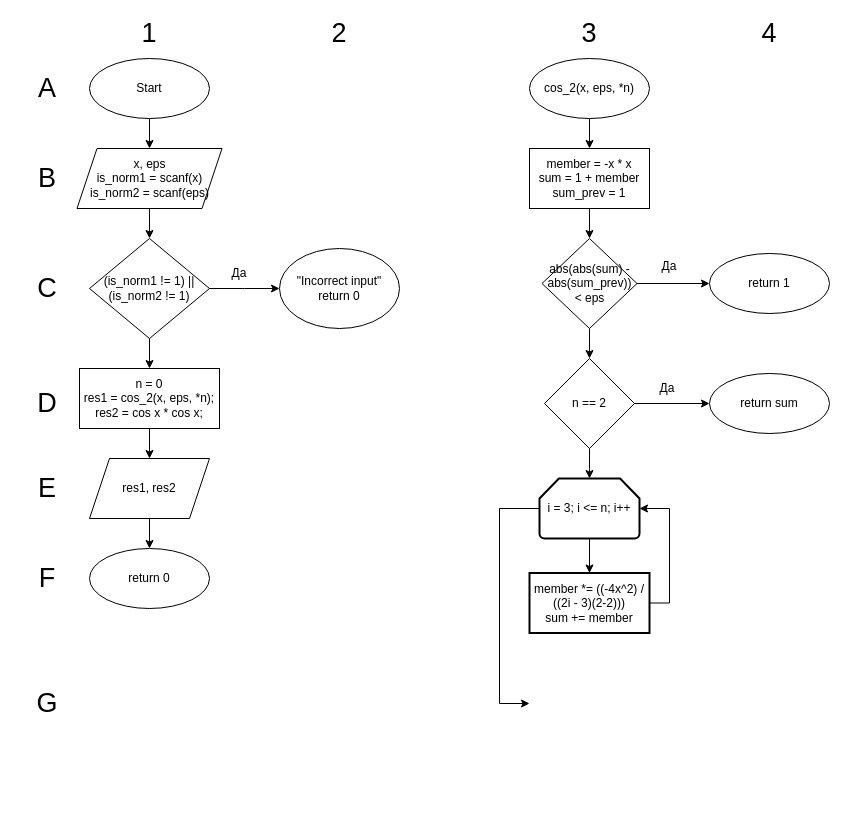
This is labs/lab2/lab2_1.drawio from Glebins/mephi_labs, a draw.io file, before an edit. Source tidied: cells renumbered, new cells numbered last; positions are measured from the earlier drawing's top-left corner, leaving out a move shared by most shapes. Both pictures are drawn from the tidied source at 100%, with x=0, y=0 at pixel (17, 18).
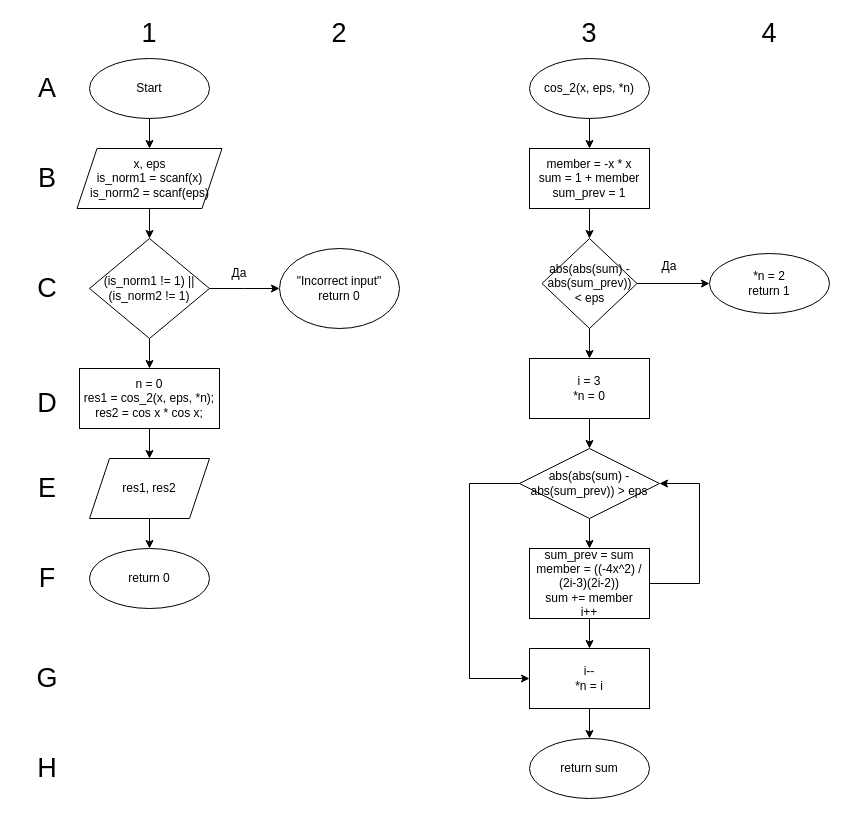
The same page after the edit.

Unchanged cells that the change refers to:
```xml
<mxCell id="21" value="abs(abs(sum) - abs(sum_prev)) &amp;lt; eps" style="rhombus;whiteSpace=wrap;html=1;" parent="1" vertex="1">
  <mxGeometry x="524.5" y="220" width="95" height="90" as="geometry" />
</mxCell>
```

The edit, as a diff of the source:
```diff
@@
-    <mxCell id="20" style="edgeStyle=orthogonalEdgeStyle;rounded=0;jettySize=auto;html=1;" parent="1" edge="1" source="21" target="25">
-      <mxGeometry relative="1" as="geometry" />
+    <mxCell id="20" style="edgeStyle=orthogonalEdgeStyle;rounded=0;jettySize=auto;html=1;" parent="1" edge="1" source="21">
+      <mxGeometry relative="1" as="geometry">
+        <mxPoint x="572" y="340" as="targetPoint" />
+      </mxGeometry>
     </mxCell>
@@
-    <mxCell id="22" value="return 1" style="ellipse;whiteSpace=wrap;html=1;" parent="1" vertex="1">
+    <mxCell id="22" value="*n = 2&lt;br&gt;return 1" style="ellipse;whiteSpace=wrap;html=1;" parent="1" vertex="1">
       <mxGeometry x="692" y="235" width="120" height="60" as="geometry" />
     </mxCell>
-    <mxCell id="23" style="edgeStyle=orthogonalEdgeStyle;rounded=0;jettySize=auto;html=1;" parent="1" edge="1" source="25" target="26">
-      <mxGeometry relative="1" as="geometry" />
-    </mxCell>
-    <mxCell id="24" style="edgeStyle=orthogonalEdgeStyle;rounded=0;jettySize=auto;html=1;" parent="1" edge="1" source="25">
-      <mxGeometry relative="1" as="geometry">
-        <mxPoint x="572" y="460" as="targetPoint" />
-      </mxGeometry>
-    </mxCell>
-    <mxCell id="25" value="n == 2" style="rhombus;whiteSpace=wrap;html=1;" parent="1" vertex="1">
-      <mxGeometry x="527" y="340" width="90" height="90" as="geometry" />
-    </mxCell>
-    <mxCell id="26" value="return sum" style="ellipse;whiteSpace=wrap;html=1;" parent="1" vertex="1">
-      <mxGeometry x="692" y="355" width="120" height="60" as="geometry" />
-    </mxCell>
-    <mxCell id="27" style="edgeStyle=orthogonalEdgeStyle;rounded=0;jettySize=auto;html=1;" parent="1" edge="1" source="29" target="31">
-      <mxGeometry relative="1" as="geometry" />
-    </mxCell>
-    <mxCell id="28" style="edgeStyle=orthogonalEdgeStyle;rounded=0;jettySize=auto;html=1;exitX=0;exitY=0.5;exitDx=0;exitDy=0;exitPerimeter=0;entryX=0;entryY=0.5;entryDx=0;entryDy=0;" parent="1" edge="1" source="29">
-      <mxGeometry relative="1" as="geometry">
-        <mxPoint x="512" y="685" as="targetPoint" />
-        <Array as="points">
-          <mxPoint x="482" y="490" />
-          <mxPoint x="482" y="685" />
-        </Array>
-      </mxGeometry>
-    </mxCell>
-    <mxCell id="29" value="i = 3; i &amp;lt;= n; i++" style="strokeWidth=2;html=1;shape=mxgraph.flowchart.loop_limit;whiteSpace=wrap;" parent="1" vertex="1">
-      <mxGeometry x="522" y="460" width="100" height="60" as="geometry" />
-    </mxCell>
-    <mxCell id="30" style="edgeStyle=orthogonalEdgeStyle;rounded=0;jettySize=auto;html=1;exitX=1;exitY=0.5;exitDx=0;exitDy=0;entryX=1;entryY=0.5;entryDx=0;entryDy=0;entryPerimeter=0;" parent="1" edge="1" source="31" target="29">
-      <mxGeometry relative="1" as="geometry" />
-    </mxCell>
-    <mxCell id="31" value="member *= ((-4x^2) / ((2i - 3)(2-2)))&lt;br&gt;sum += member" style="whiteSpace=wrap;html=1;strokeWidth=2;" parent="1" vertex="1">
-      <mxGeometry x="512" y="554.5" width="120" height="60" as="geometry" />
-    </mxCell>
@@
-    <mxCell id="34" value="Да" style="text;html=1;strokeColor=none;fillColor=none;align=center;verticalAlign=middle;whiteSpace=wrap;rounded=0;" parent="1" vertex="1">
-      <mxGeometry x="619.5" y="355" width="60" height="30" as="geometry" />
-    </mxCell>
@@
     <mxCell id="41" value="&lt;font style=&quot;font-size: 27px;&quot;&gt;G&lt;/font&gt;" style="text;html=1;strokeColor=none;fillColor=none;align=center;verticalAlign=middle;whiteSpace=wrap;rounded=0;strokeWidth=10;" parent="1" vertex="1">
-      <mxGeometry x="-0.5" y="670" width="60" height="30" as="geometry" />
+      <mxGeometry x="-0.5" y="645" width="60" height="30" as="geometry" />
     </mxCell>
@@
+    <mxCell id="46" style="edgeStyle=orthogonalEdgeStyle;rounded=0;jettySize=auto;html=1;" parent="1" edge="1" source="47" target="50">
+      <mxGeometry relative="1" as="geometry" />
+    </mxCell>
+    <mxCell id="47" value="i = 3&lt;br&gt;*n = 0" style="rounded=0;whiteSpace=wrap;html=1;" parent="1" vertex="1">
+      <mxGeometry x="512" y="340" width="120" height="60" as="geometry" />
+    </mxCell>
+    <mxCell id="48" style="edgeStyle=orthogonalEdgeStyle;rounded=0;jettySize=auto;html=1;" parent="1" edge="1" source="50" target="53">
+      <mxGeometry relative="1" as="geometry" />
+    </mxCell>
+    <mxCell id="49" style="edgeStyle=orthogonalEdgeStyle;rounded=0;jettySize=auto;html=1;exitX=0;exitY=0.5;exitDx=0;exitDy=0;entryX=0;entryY=0.5;entryDx=0;entryDy=0;" parent="1" edge="1" source="50" target="55">
+      <mxGeometry relative="1" as="geometry">
+        <Array as="points">
+          <mxPoint x="452" y="465" />
+          <mxPoint x="452" y="660" />
+        </Array>
+      </mxGeometry>
+    </mxCell>
+    <mxCell id="50" value="abs(abs(sum) -abs(sum_prev)) &amp;gt; eps" style="rhombus;whiteSpace=wrap;html=1;" parent="1" vertex="1">
+      <mxGeometry x="502" y="430" width="140" height="70" as="geometry" />
+    </mxCell>
+    <mxCell id="51" style="edgeStyle=orthogonalEdgeStyle;rounded=0;jettySize=auto;html=1;exitX=1;exitY=0.5;exitDx=0;exitDy=0;entryX=1;entryY=0.5;entryDx=0;entryDy=0;" parent="1" edge="1" source="53" target="50">
+      <mxGeometry relative="1" as="geometry">
+        <Array as="points">
+          <mxPoint x="682" y="565" />
+          <mxPoint x="682" y="465" />
+        </Array>
+      </mxGeometry>
+    </mxCell>
+    <mxCell id="52" style="edgeStyle=orthogonalEdgeStyle;rounded=0;jettySize=auto;html=1;" parent="1" edge="1" source="53" target="55">
+      <mxGeometry relative="1" as="geometry" />
+    </mxCell>
+    <mxCell id="53" value="sum_prev = sum&lt;br&gt;member = ((-4x^2) / (2i-3)(2i-2))&lt;br&gt;sum += member&lt;br&gt;i++" style="whiteSpace=wrap;html=1;" parent="1" vertex="1">
+      <mxGeometry x="512" y="530" width="120" height="70" as="geometry" />
+    </mxCell>
+    <mxCell id="54" style="edgeStyle=orthogonalEdgeStyle;rounded=0;jettySize=auto;html=1;" parent="1" edge="1" source="55" target="26">
+      <mxGeometry relative="1" as="geometry" />
+    </mxCell>
+    <mxCell id="55" value="i--&lt;br&gt;*n = i" style="rounded=0;whiteSpace=wrap;html=1;" parent="1" vertex="1">
+      <mxGeometry x="512" y="630" width="120" height="60" as="geometry" />
+    </mxCell>
+    <mxCell id="26" value="return sum" style="ellipse;whiteSpace=wrap;html=1;rounded=0;" parent="1" vertex="1">
+      <mxGeometry x="512" y="720" width="120" height="60" as="geometry" />
+    </mxCell>
+    <mxCell id="56" value="&lt;font style=&quot;font-size: 27px;&quot;&gt;H&lt;/font&gt;" style="text;html=1;strokeColor=none;fillColor=none;align=center;verticalAlign=middle;whiteSpace=wrap;rounded=0;strokeWidth=10;" parent="1" vertex="1">
+      <mxGeometry x="-0.5" y="735" width="60" height="30" as="geometry" />
+    </mxCell>
```
